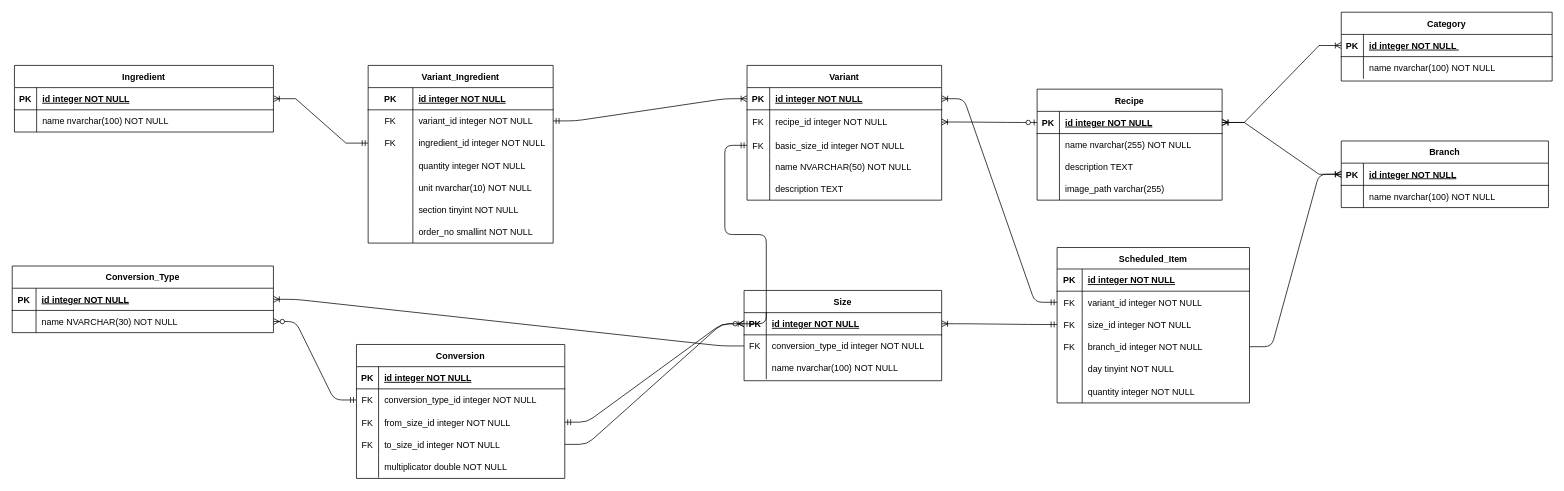
Above: documentation/ERM.drawio in MetaEMK/RecipeManager_Backend (draw.io), before the change. Source tidied: cells renumbered, new cells numbered last; positions are measured from the earlier drawing's top-left corner, leaving out a move shared by most shapes. Both pictures are drawn from the tidied source at 74%, with x=0, y=0 at pixel (12, 12).
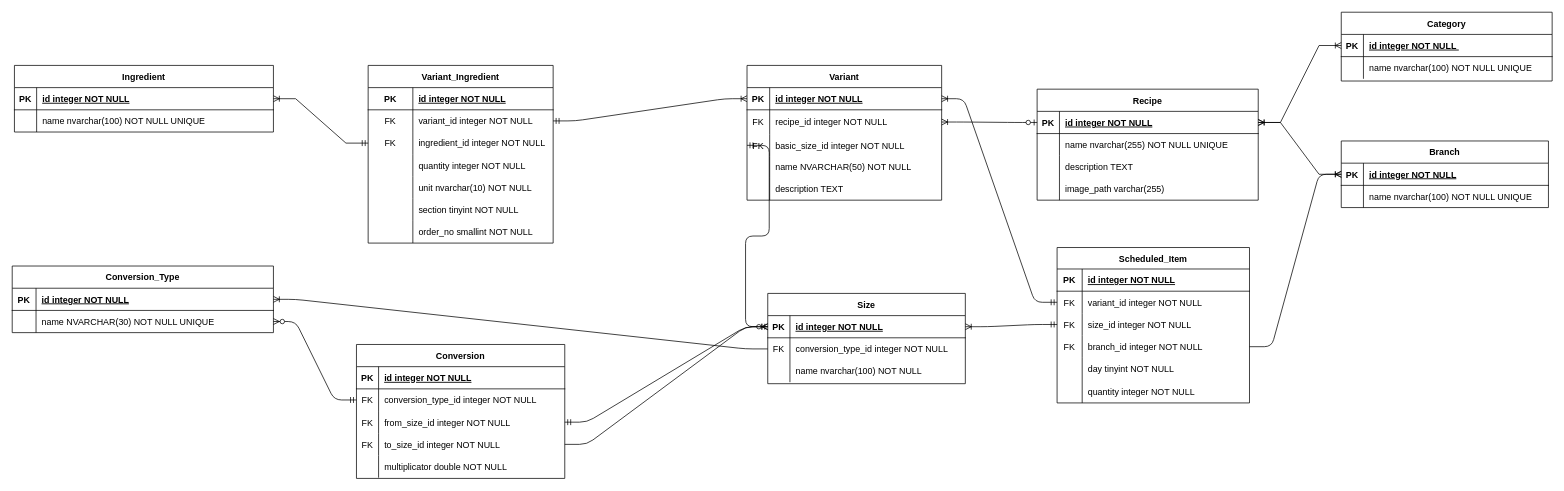
The same page after the edit.

The change refers to these unchanged cells:
```xml
<mxCell id="6" style="shape=partialRectangle;fillColor=none;top=0;left=0;right=0;bottom=0;" parent="2" vertex="1">
  <mxGeometry y="60" width="285" height="30" as="geometry" />
</mxCell>
<mxCell id="26" style="shape=tableRow;horizontal=0;startSize=0;swimlaneHead=0;swimlaneBody=0;fillColor=none;top=0;left=0;right=0;bottom=0;" parent="22" vertex="1">
  <mxGeometry y="60" width="350" height="30" as="geometry" />
</mxCell>
<mxCell id="33" style="shape=tableRow;horizontal=0;startSize=0;swimlaneHead=0;swimlaneBody=0;fillColor=none;top=0;left=0;right=0;bottom=0;" parent="29" vertex="1">
  <mxGeometry y="60" width="280" height="30" as="geometry" />
</mxCell>
<mxCell id="102" style="shape=partialRectangle;fillColor=none;top=0;left=0;bottom=0;right=0;points=[[0,0.5],[1,0.5]];portConstraint=eastwest;" parent="98" vertex="1">
  <mxGeometry y="60" width="353" height="30" as="geometry" />
</mxCell>
```

The edit, as a diff of the source:
```diff
@@
-    <mxCell id="8" value="name nvarchar(100) NOT NULL" style="shape=partialRectangle;overflow=hidden;fillColor=none;top=0;left=0;bottom=0;right=0;align=left;spacingLeft=6;" parent="6" vertex="1">
+    <mxCell id="8" value="name nvarchar(100) NOT NULL UNIQUE" style="shape=partialRectangle;overflow=hidden;fillColor=none;top=0;left=0;bottom=0;right=0;align=left;spacingLeft=6;" parent="6" vertex="1">
       <mxGeometry x="30" width="255" height="30" as="geometry" />
     </mxCell>
     <mxCell id="9" value="Recipe" style="shape=table;startSize=30;childLayout=tableLayout;rowLines=0;fontStyle=1;align=center;" parent="1" vertex="1">
-      <mxGeometry x="1385" y="104" width="250" height="150" as="geometry" />
+      <mxGeometry x="1385" y="104" width="298.8" height="150" as="geometry" />
     </mxCell>
     <mxCell id="10" style="shape=partialRectangle;fillColor=none;points=[[0,0.5],[1,0.5]];portConstraint=eastwest;top=0;left=0;right=0;bottom=1;" parent="9" vertex="1">
-      <mxGeometry y="30" width="250" height="30" as="geometry" />
+      <mxGeometry y="30" width="298.8" height="30" as="geometry" />
     </mxCell>
@@
     <mxCell id="12" value="id integer NOT NULL" style="shape=partialRectangle;overflow=hidden;fillColor=none;top=0;left=0;bottom=0;right=0;align=left;spacingLeft=6;fontStyle=5;" parent="10" vertex="1">
-      <mxGeometry x="30.2" width="219.8" height="30" as="geometry" />
+      <mxGeometry x="30.2" width="268.5" height="30" as="geometry" />
     </mxCell>
     <mxCell id="13" style="shape=partialRectangle;fillColor=none;top=0;left=0;bottom=0;right=0;" parent="9" vertex="1">
-      <mxGeometry y="60" width="250" height="30" as="geometry" />
+      <mxGeometry y="60" width="298.8" height="30" as="geometry" />
     </mxCell>
@@
-    <mxCell id="15" value="name nvarchar(255) NOT NULL" style="shape=partialRectangle;fillColor=none;top=0;left=0;bottom=0;right=0;align=left;spacingLeft=6;overflow=hidden;" parent="13" vertex="1">
-      <mxGeometry x="30.2" width="219.8" height="30" as="geometry" />
+    <mxCell id="15" value="name nvarchar(255) NOT NULL UNIQUE" style="shape=partialRectangle;fillColor=none;top=0;left=0;bottom=0;right=0;align=left;spacingLeft=6;overflow=hidden;" parent="13" vertex="1">
+      <mxGeometry x="30.2" width="268.5" height="30" as="geometry" />
     </mxCell>
     <mxCell id="16" style="shape=partialRectangle;fillColor=none;top=0;left=0;bottom=0;right=0;" parent="9" vertex="1">
-      <mxGeometry y="90" width="250" height="30" as="geometry" />
+      <mxGeometry y="90" width="298.8" height="30" as="geometry" />
     </mxCell>
@@
     <mxCell id="18" value="description TEXT" style="shape=partialRectangle;fillColor=none;top=0;left=0;bottom=0;right=0;align=left;spacingLeft=6;overflow=hidden;" parent="16" vertex="1">
-      <mxGeometry x="30.2" width="219.8" height="30" as="geometry" />
+      <mxGeometry x="30.2" width="268.5" height="30" as="geometry" />
     </mxCell>
     <mxCell id="19" style="shape=partialRectangle;fillColor=none;top=0;left=0;bottom=0;right=0;" parent="9" vertex="1">
-      <mxGeometry y="120" width="250" height="30" as="geometry" />
+      <mxGeometry y="120" width="298.8" height="30" as="geometry" />
     </mxCell>
@@
     <mxCell id="21" value="image_path varchar(255)" style="shape=partialRectangle;fillColor=none;top=0;left=0;bottom=0;right=0;align=left;spacingLeft=6;overflow=hidden;" parent="19" vertex="1">
-      <mxGeometry x="30.2" width="219.8" height="30" as="geometry" />
+      <mxGeometry x="30.2" width="268.5" height="30" as="geometry" />
     </mxCell>
@@
-    <mxCell id="28" value="name nvarchar(100) NOT NULL" style="shape=partialRectangle;fillColor=none;top=0;left=0;bottom=0;right=0;align=left;spacingLeft=6;overflow=hidden;" parent="26" vertex="1">
+    <mxCell id="28" value="name nvarchar(100) NOT NULL UNIQUE" style="shape=partialRectangle;fillColor=none;top=0;left=0;bottom=0;right=0;align=left;spacingLeft=6;overflow=hidden;" parent="26" vertex="1">
       <mxGeometry x="30" width="320" height="30" as="geometry" />
     </mxCell>
@@
-    <mxCell id="35" value="name nvarchar(100) NOT NULL" style="shape=partialRectangle;fillColor=none;top=0;left=0;bottom=0;right=0;align=left;spacingLeft=6;overflow=hidden;" parent="33" vertex="1">
+    <mxCell id="35" value="name nvarchar(100) NOT NULL UNIQUE" style="shape=partialRectangle;fillColor=none;top=0;left=0;bottom=0;right=0;align=left;spacingLeft=6;overflow=hidden;" parent="33" vertex="1">
       <mxGeometry x="30" width="250" height="30" as="geometry" />
     </mxCell>
@@
-    <mxCell id="104" value="name NVARCHAR(30) NOT NULL" style="shape=partialRectangle;fillColor=none;top=0;left=0;bottom=0;right=0;align=left;spacingLeft=6;overflow=hidden;" parent="102" vertex="1">
+    <mxCell id="104" value="name NVARCHAR(30) NOT NULL UNIQUE" style="shape=partialRectangle;fillColor=none;top=0;left=0;bottom=0;right=0;align=left;spacingLeft=6;overflow=hidden;" parent="102" vertex="1">
       <mxGeometry x="32.2" width="320.8" height="30" as="geometry" />
     </mxCell>
@@
     <mxCell id="106" value="Size" style="shape=table;startSize=30;childLayout=tableLayout;rowLines=0;fontStyle=1;align=center;" parent="1" vertex="1">
-      <mxGeometry x="989" y="376" width="267" height="122" as="geometry" />
+      <mxGeometry x="1021" y="380" width="267" height="122" as="geometry" />
     </mxCell>
```
